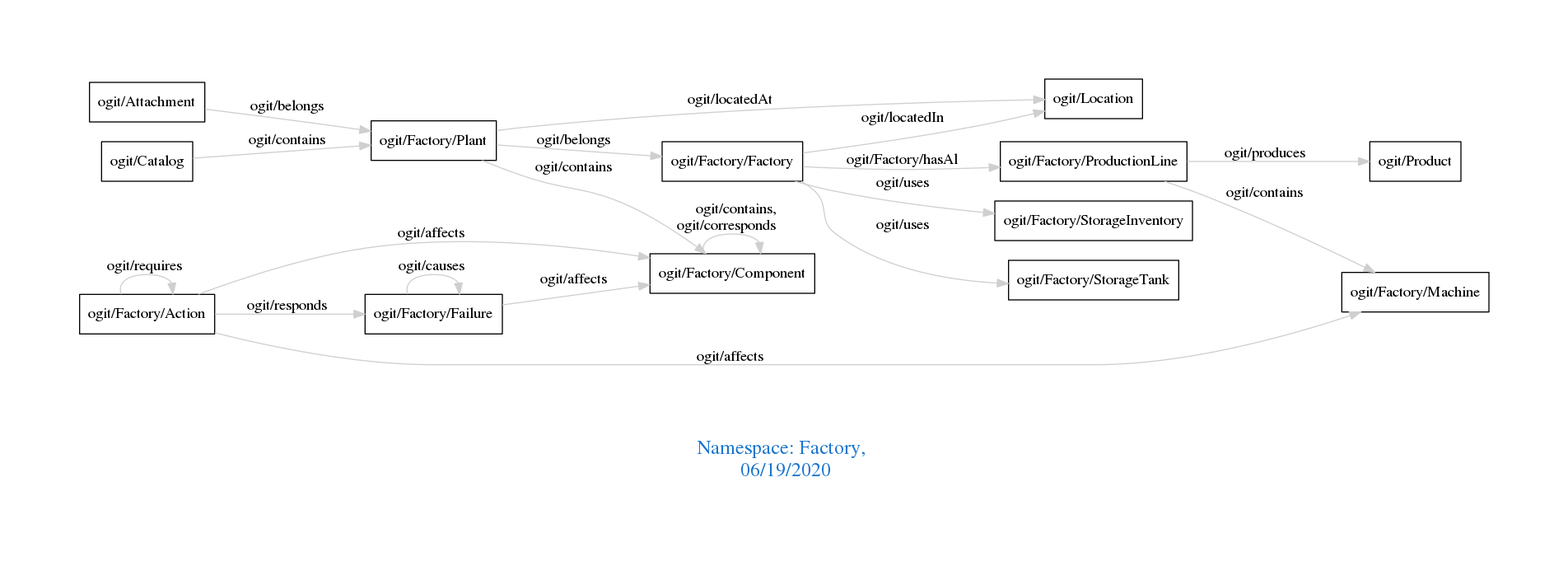
arago/OGIT keeps this Graphviz diagram as downloads/Factory.png. Above is the earlier version. Its source is kept beside it as downloads/Factory.dot.
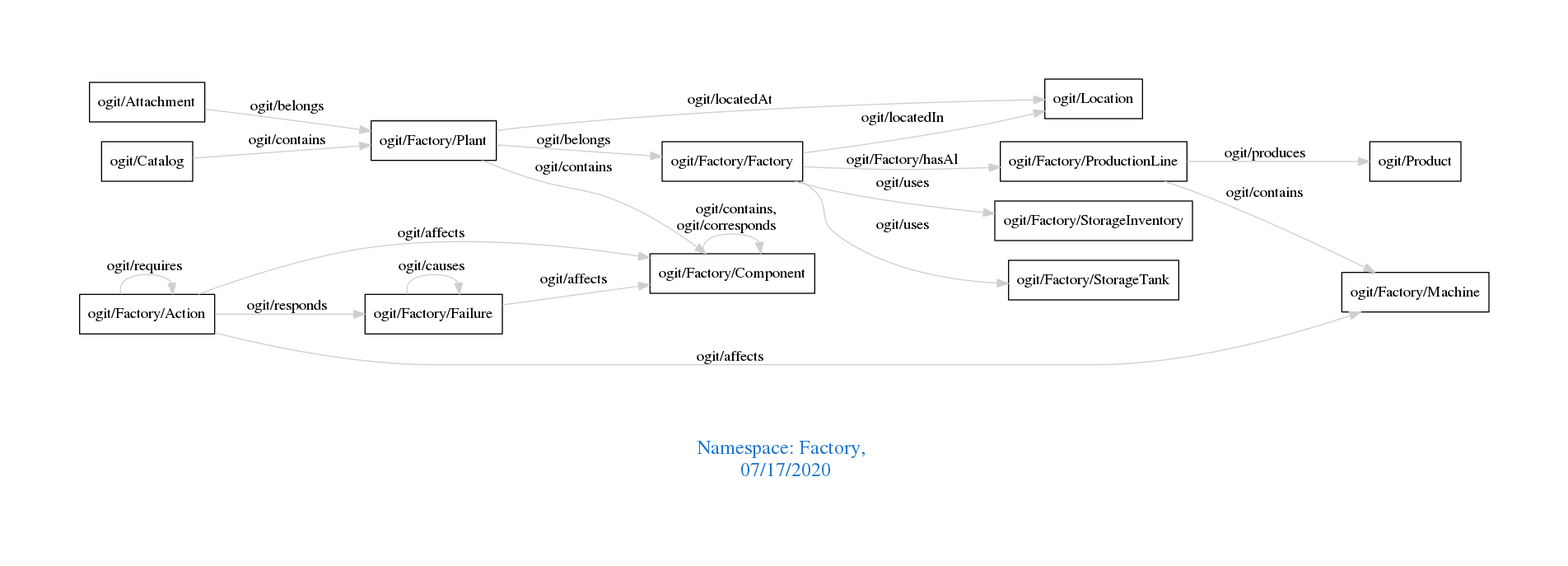
The same diagram one commit later.

The edit, as a diff of the source:
```diff
@@ -1,7 +1,7 @@
 digraph OGIT_ontology {
  graph [ rankdir= LR,pad=1
 fontsize = 18,
-fontcolor= dodgerblue3,label = "\n\n\nNamespace: Factory, \n 06/19/2020"];
+fontcolor= dodgerblue3,label = "\n\n\nNamespace: Factory, \n 07/17/2020"];
 node[shape=polygon];
 edge [  color="gray81"];
 
```
